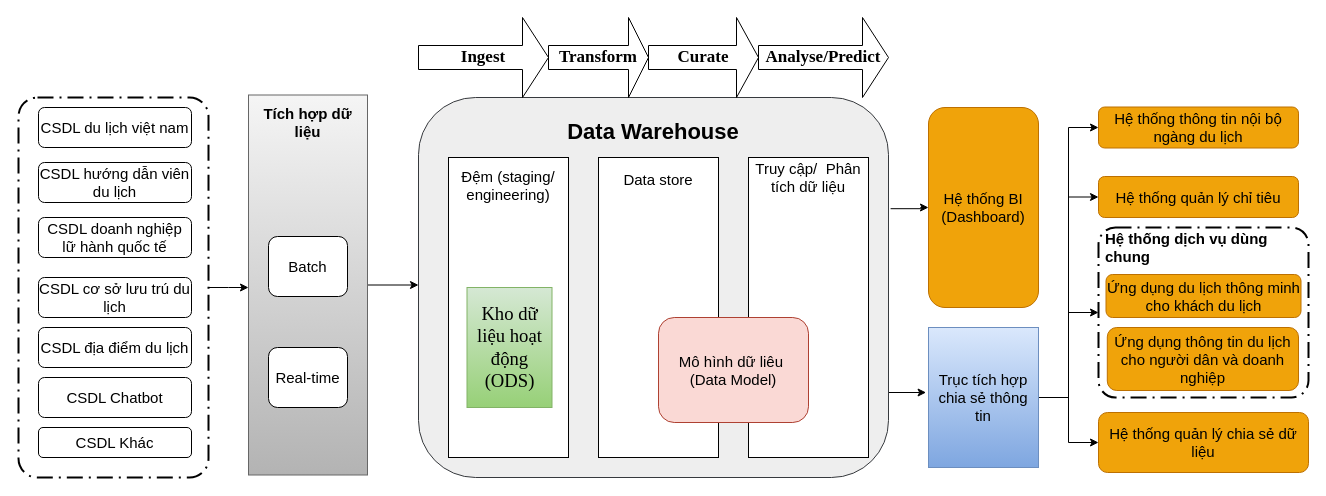
This is page "Page-1" (1 of 5) of so-do-draw/tcdl.drawio from letheanh12345/Draw-io, a draw.io file, before an edit. Source tidied: cells renumbered, new cells numbered last; positions are measured from the earlier drawing's top-left corner, leaving out a move shared by most shapes. Both pictures are drawn from the tidied source at 100%, with x=0, y=0 at pixel (18, 17).
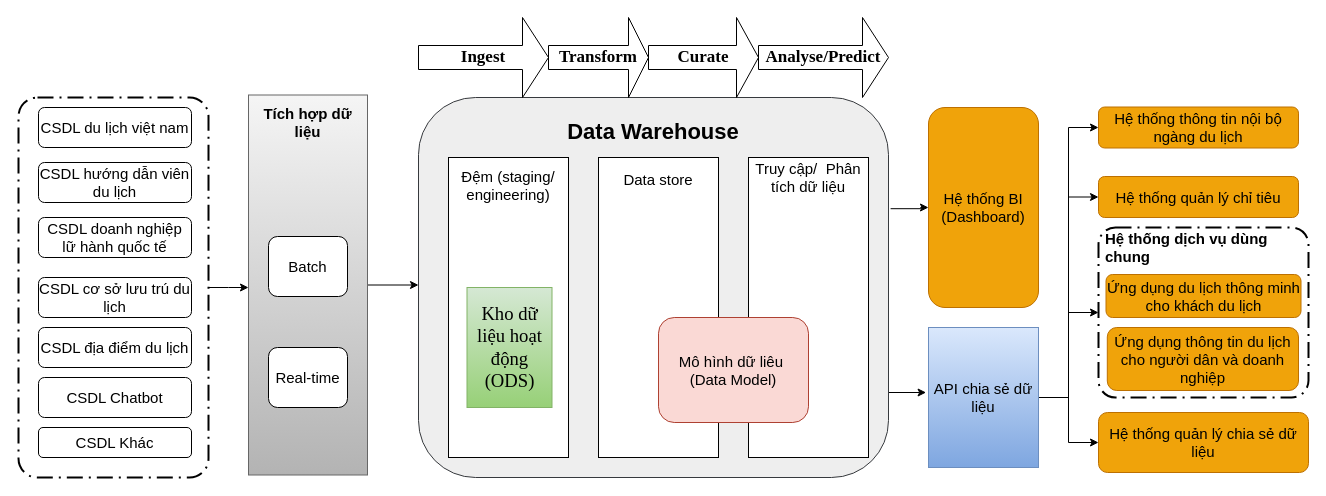
The same diagram, later.

Diff of the diagram source:
```diff
@@
-    <mxCell id="30" value="Trục tích hợp chia sẻ thông tin" style="rounded=0;whiteSpace=wrap;html=1;fontSize=15;fillColor=#dae8fc;gradientColor=#7ea6e0;strokeColor=#6c8ebf;" parent="1" vertex="1">
+    <mxCell id="30" value="API chia sẻ dữ liệu" style="rounded=0;whiteSpace=wrap;html=1;fontSize=15;fillColor=#dae8fc;gradientColor=#7ea6e0;strokeColor=#6c8ebf;" parent="1" vertex="1">
       <mxGeometry x="910" y="310" width="110" height="140" as="geometry" />
     </mxCell>
```
